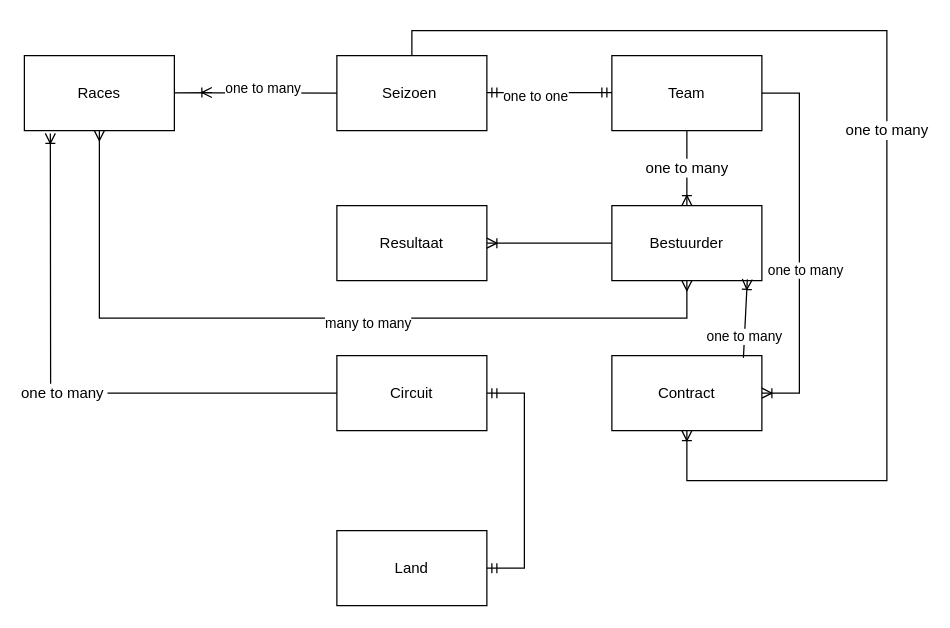
The draw.io diagram Untitled Diagram.drawio in Thijmen-Stegenga/ERD, before the edit. Source tidied: cells renumbered, new cells numbered last; positions are measured from the earlier drawing's top-left corner, leaving out a move shared by most shapes. Both pictures are drawn from the tidied source at 125%, with x=0, y=0 at pixel (24, 30).
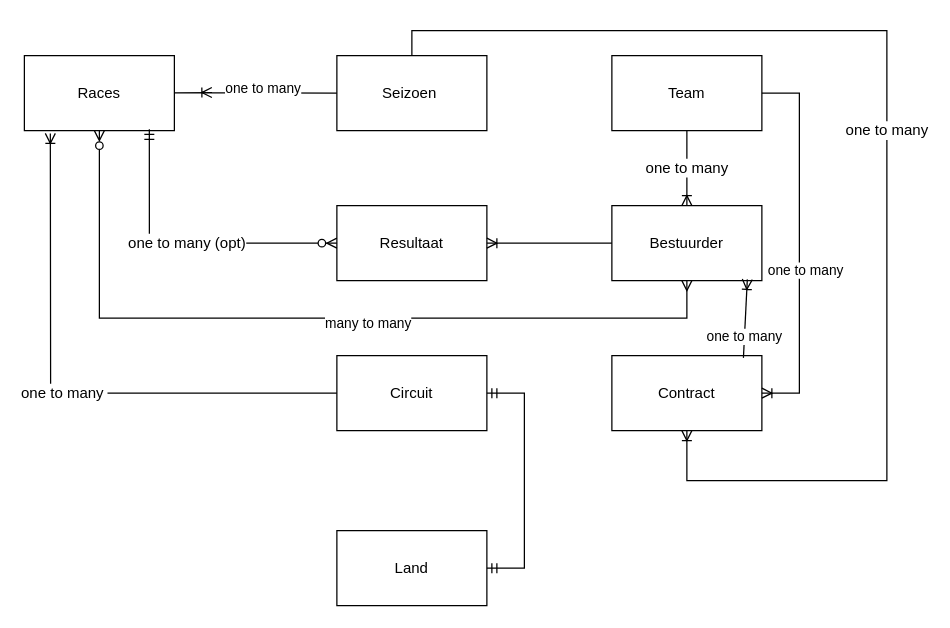
The same page after the edit.

Unchanged cells that the change refers to:
```xml
<mxCell id="2" value="Races" style="rounded=0;whiteSpace=wrap;html=1;" parent="1" vertex="1">
  <mxGeometry y="20" width="120" height="60" as="geometry" />
</mxCell>
<mxCell id="6" value="Bestuurder" style="rounded=0;whiteSpace=wrap;html=1;" parent="1" vertex="1">
  <mxGeometry x="470" y="140" width="120" height="60" as="geometry" />
</mxCell>
<mxCell id="11" value="Circuit" style="rounded=0;whiteSpace=wrap;html=1;" parent="1" vertex="1">
  <mxGeometry x="250" y="260" width="120" height="60" as="geometry" />
</mxCell>
<mxCell id="12" value="Land" style="rounded=0;whiteSpace=wrap;html=1;" parent="1" vertex="1">
  <mxGeometry x="250" y="400" width="120" height="60" as="geometry" />
</mxCell>
<mxCell id="13" value="Resultaat" style="rounded=0;whiteSpace=wrap;html=1;" parent="1" vertex="1">
  <mxGeometry x="250" y="140" width="120" height="60" as="geometry" />
</mxCell>
```

Diff of the diagram source:
```diff
@@
-    <mxCell id="9" style="edgeStyle=entityRelationEdgeStyle;fontSize=12;html=1;endArrow=ERmandOne;startArrow=ERmandOne;rounded=0;" parent="1" edge="1">
-      <mxGeometry relative="1" as="geometry">
-        <mxPoint x="370" y="49.5" as="sourcePoint" />
-        <mxPoint x="470" y="49.5" as="targetPoint" />
-      </mxGeometry>
-    </mxCell>
-    <mxCell id="10" value="one to one" style="edgeLabel;html=1;align=center;verticalAlign=middle;" parent="9" vertex="1">
-      <mxGeometry x="-0.24" y="-3" relative="1" as="geometry" />
-    </mxCell>
@@
-    <mxCell id="14" style="edgeStyle=entityRelationEdgeStyle;fontSize=12;html=1;endArrow=ERmandOne;startArrow=ERmandOne;rounded=0;targetPerimeterSpacing=1;entryX=1;entryY=0.5;entryDx=0;entryDy=0;exitX=1;exitY=0.5;exitDx=0;exitDy=0;" parent="1" edge="1" source="12" target="11">
+    <mxCell id="14" style="edgeStyle=entityRelationEdgeStyle;fontSize=12;html=1;endArrow=ERmandOne;startArrow=ERmandOne;rounded=0;targetPerimeterSpacing=1;entryX=1;entryY=0.5;entryDx=0;entryDy=0;exitX=1;exitY=0.5;exitDx=0;exitDy=0;startFill=0;" parent="1" edge="1" source="12" target="11">
       <mxGeometry relative="1" as="geometry" />
     </mxCell>
@@
-    <mxCell id="19" style="fontSize=12;html=1;endArrow=ERmany;startArrow=ERmany;rounded=0;targetPerimeterSpacing=1;entryX=0.5;entryY=1;entryDx=0;entryDy=0;exitX=0.5;exitY=1;exitDx=0;exitDy=0;" parent="1" edge="1" source="6" target="2">
+    <mxCell id="19" style="fontSize=12;html=1;endArrow=ERzeroToMany;startArrow=ERmany;rounded=0;targetPerimeterSpacing=1;entryX=0.5;entryY=1;entryDx=0;entryDy=0;exitX=0.5;exitY=1;exitDx=0;exitDy=0;startFill=0;endFill=0;" parent="1" edge="1" source="6" target="2">
       <mxGeometry relative="1" as="geometry">
         <Array as="points">
           <mxPoint x="530" y="230" />
           <mxPoint x="60" y="230" />
         </Array>
       </mxGeometry>
     </mxCell>
@@
+    <mxCell id="25" value="one to many (opt)" style="fontSize=12;html=1;endArrow=ERzeroToMany;startArrow=ERmandOne;rounded=0;entryX=0;entryY=0.5;entryDx=0;entryDy=0;exitX=0.833;exitY=0.983;exitDx=0;exitDy=0;exitPerimeter=0;" parent="1" edge="1" source="2" target="13">
+      <mxGeometry relative="1" as="geometry">
+        <Array as="points">
+          <mxPoint x="100" y="170" />
+        </Array>
+      </mxGeometry>
+    </mxCell>
```
